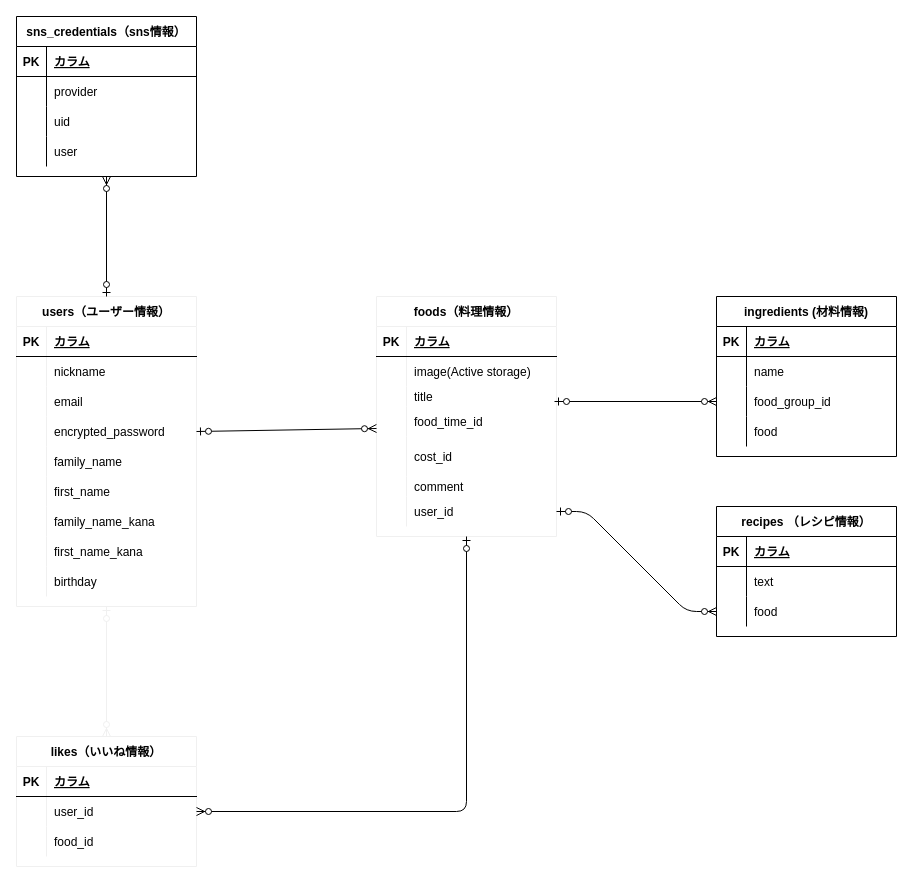
Above: nutrik.dio in matsunaga1994/nutrik (draw.io), before the change. Source tidied: cells renumbered, new cells numbered last; positions are measured from the earlier drawing's top-left corner, leaving out a move shared by most shapes. Both pictures are drawn from the tidied source at 100%, with x=0, y=0 at pixel (16, 16).
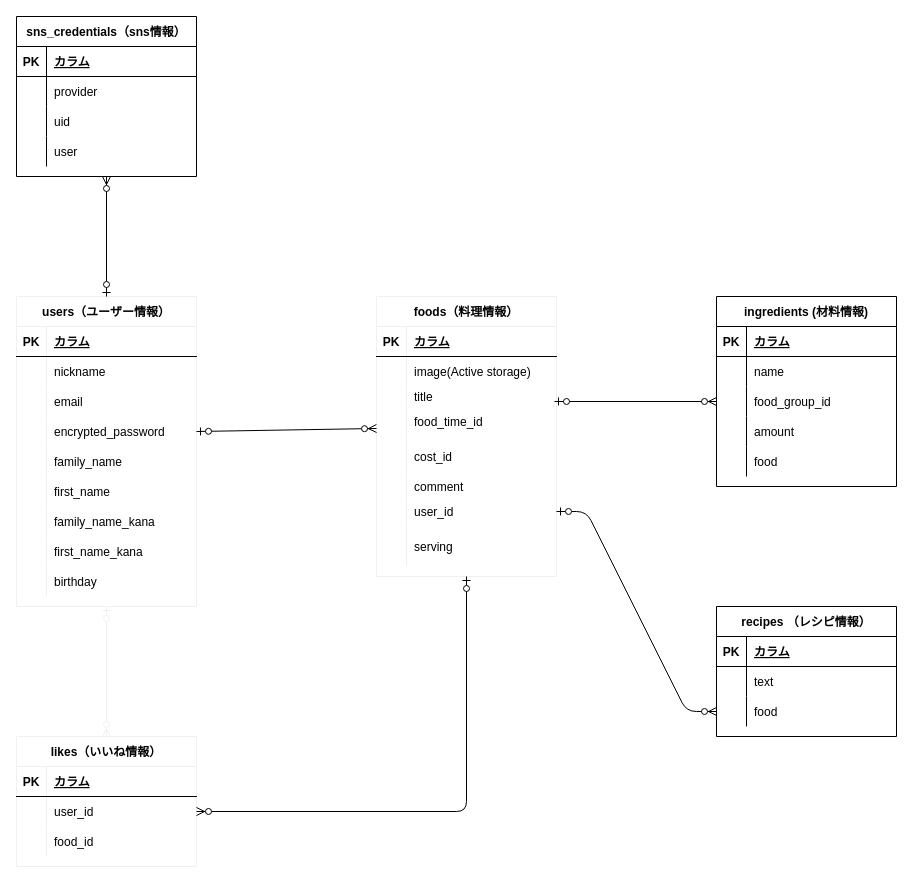
Above is the later version.

Commit message (it also covers changes not shown here):
ER図、READMEの修正

Unchanged cells that the change refers to:
```xml
<mxCell id="74" style="shape=partialRectangle;fillColor=none;top=0;left=0;bottom=0;right=0;" parent="64" vertex="1">
  <mxGeometry y="120" width="180" height="30" as="geometry" />
</mxCell>
```

What changed in the source:
```diff
@@
     <mxCell id="30" value="foods（料理情報）" style="shape=table;startSize=30;childLayout=tableLayout;rowLines=0;fontStyle=1;align=center;strokeColor=#f0f0f0;" parent="1" vertex="1">
-      <mxGeometry x="360" y="280" width="180" height="240" as="geometry" />
+      <mxGeometry x="360" y="280" width="180" height="280" as="geometry" />
     </mxCell>
@@
+    <mxCell id="104" style="shape=partialRectangle;fillColor=none;top=0;left=0;bottom=0;right=0;" parent="30" vertex="1">
+      <mxGeometry y="230" width="180" height="40" as="geometry" />
+    </mxCell>
+    <mxCell id="105" style="shape=partialRectangle;fillColor=none;top=0;left=0;bottom=0;right=0;overflow=hidden;" parent="104" vertex="1">
+      <mxGeometry width="30" height="40" as="geometry" />
+    </mxCell>
+    <mxCell id="106" value="serving" style="shape=partialRectangle;fillColor=none;top=0;left=0;bottom=0;right=0;align=left;spacingLeft=6;overflow=hidden;" parent="104" vertex="1">
+      <mxGeometry x="30" width="150" height="40" as="geometry" />
+    </mxCell>
@@
     <mxCell id="64" value="ingredients (材料情報)" style="shape=table;startSize=30;childLayout=tableLayout;rowLines=0;fontStyle=1;align=center;" parent="1" vertex="1">
-      <mxGeometry x="700" y="280" width="180" height="160" as="geometry" />
+      <mxGeometry x="700" y="280" width="180" height="190" as="geometry" />
     </mxCell>
@@
-    <mxCell id="75" style="shape=partialRectangle;fillColor=none;top=0;left=0;bottom=0;right=0;overflow=hidden;" parent="74" vertex="1">
-      <mxGeometry width="30" height="30" as="geometry" />
-    </mxCell>
+    <mxCell id="107" style="shape=partialRectangle;fillColor=none;top=0;left=0;bottom=0;right=0;overflow=hidden;" parent="74" vertex="1">
+      <mxGeometry width="30" height="30" as="geometry" />
+    </mxCell>
+    <mxCell id="108" value="amount" style="shape=partialRectangle;fillColor=none;top=0;left=0;bottom=0;right=0;align=left;spacingLeft=6;overflow=hidden;" parent="74" vertex="1">
+      <mxGeometry x="30" width="150" height="30" as="geometry" />
+    </mxCell>
+    <mxCell id="109" style="shape=partialRectangle;fillColor=none;top=0;left=0;bottom=0;right=0;" parent="64" vertex="1">
+      <mxGeometry y="150" width="180" height="30" as="geometry" />
+    </mxCell>
+    <mxCell id="110" style="shape=partialRectangle;fillColor=none;top=0;left=0;bottom=0;right=0;overflow=hidden;" parent="109" vertex="1">
+      <mxGeometry width="30" height="30" as="geometry" />
+    </mxCell>
-    <mxCell id="76" value="food" style="shape=partialRectangle;fillColor=none;top=0;left=0;bottom=0;right=0;align=left;spacingLeft=6;overflow=hidden;" parent="74" vertex="1">
+    <mxCell id="76" value="food" style="shape=partialRectangle;fillColor=none;top=0;left=0;bottom=0;right=0;align=left;spacingLeft=6;overflow=hidden;" parent="109" vertex="1">
       <mxGeometry x="30" width="150" height="30" as="geometry" />
     </mxCell>
     <mxCell id="77" value="recipes （レシピ情報）" style="shape=table;startSize=30;childLayout=tableLayout;rowLines=0;fontStyle=1;align=center;" parent="1" vertex="1">
-      <mxGeometry x="700" y="490" width="180" height="130" as="geometry" />
+      <mxGeometry x="700" y="590" width="180" height="130" as="geometry" />
     </mxCell>
```
